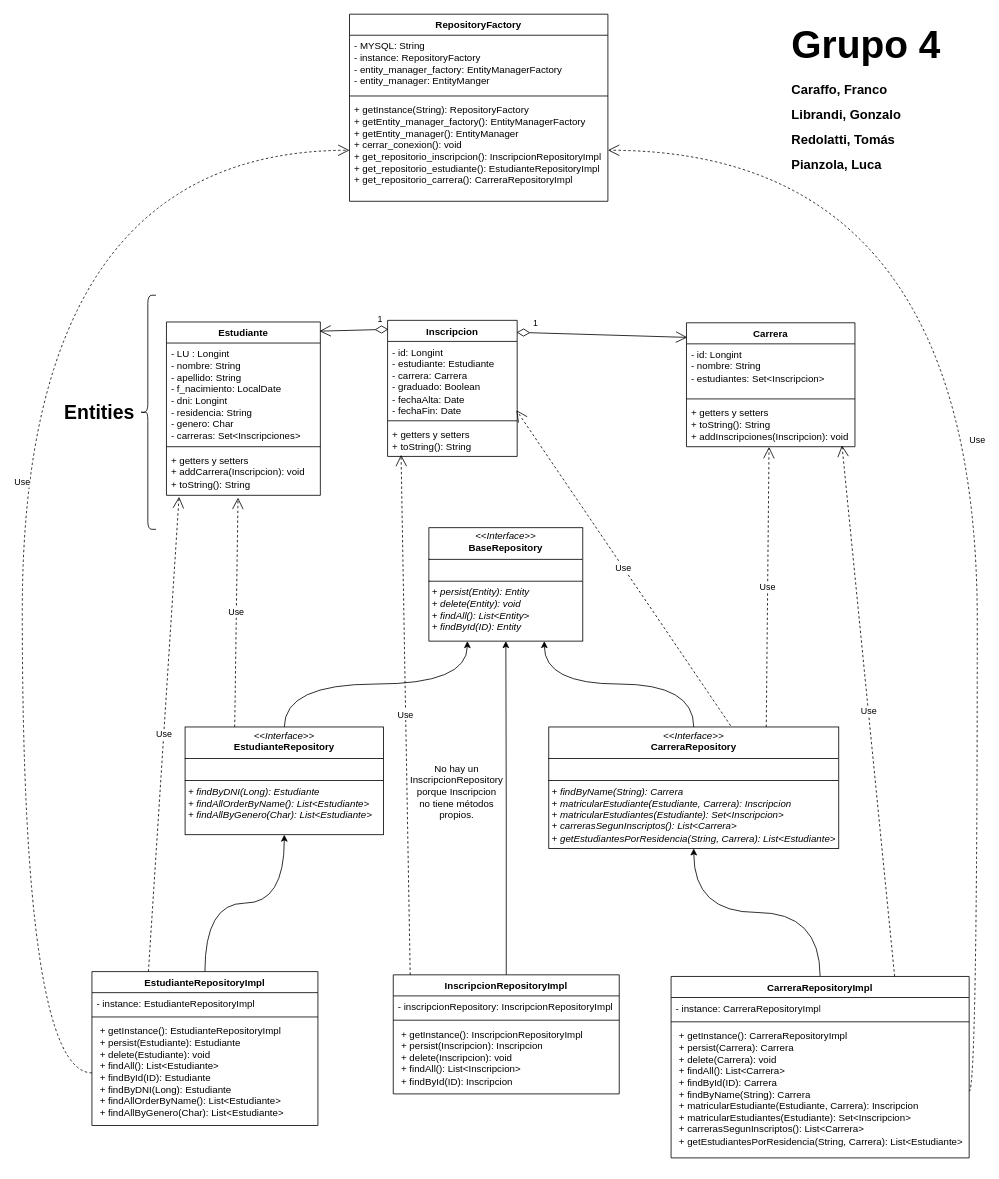
Before: Diagrama-de-Clases.drawio in TomasRedolatti/disenio-de-software, a draw.io diagram. Source tidied: cells renumbered, new cells numbered last; positions are measured from the earlier drawing's top-left corner, leaving out a move shared by most shapes. Both pictures are drawn from the tidied source at 81%, with x=0, y=0 at pixel (22, 14).
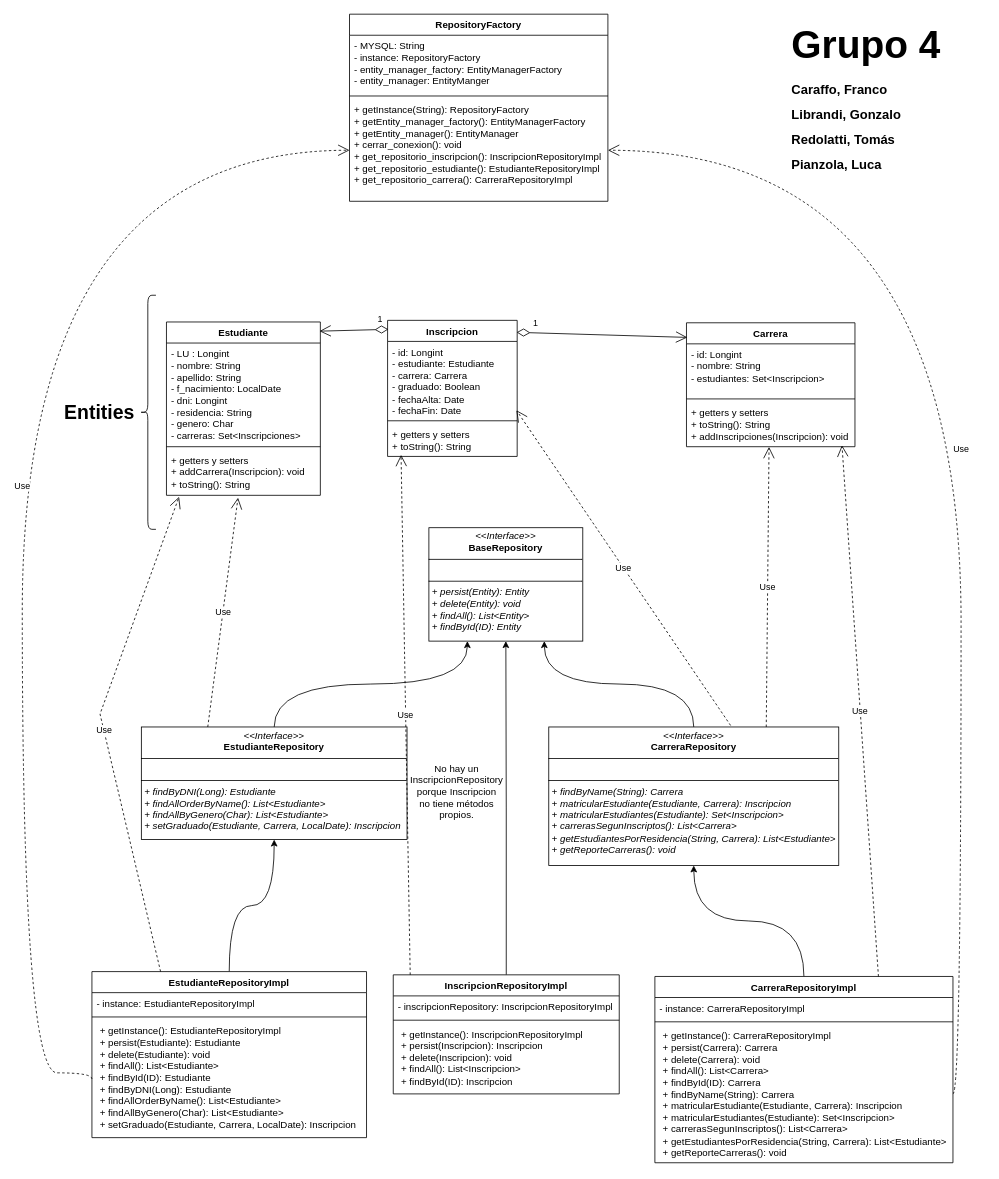
Above is the later version.

The change refers to these unchanged cells:
```xml
<mxCell id="5" value="+ getters y setters&lt;div&gt;+ addCarrera(Inscripcion): void&lt;/div&gt;&lt;div&gt;+ toString(): String&lt;br&gt;&lt;/div&gt;" style="text;strokeColor=none;fillColor=none;align=left;verticalAlign=top;spacingLeft=4;spacingRight=4;overflow=hidden;points=[[0,0.5],[1,0.5]];portConstraint=eastwest;whiteSpace=wrap;html=1;" parent="2" vertex="1">
  <mxGeometry y="158" width="190" height="56" as="geometry" />
</mxCell>
```

Change to the diagram source:
```diff
@@
-    <mxCell id="22" value="&lt;p style=&quot;margin:0px;margin-top:4px;text-align:center;&quot;&gt;&lt;i&gt;&amp;lt;&amp;lt;Interface&amp;gt;&amp;gt;&lt;/i&gt;&lt;br&gt;&lt;b&gt;CarreraRepository&lt;/b&gt;&lt;/p&gt;&lt;hr size=&quot;1&quot; style=&quot;border-style:solid;&quot;&gt;&lt;p style=&quot;margin:0px;margin-left:4px;&quot;&gt;&lt;br&gt;&lt;/p&gt;&lt;hr size=&quot;1&quot; style=&quot;border-style:solid;&quot;&gt;&lt;p style=&quot;margin:0px;margin-left:4px;&quot;&gt;&lt;i&gt;+ findByName(String): Carrera&lt;/i&gt;&lt;/p&gt;&lt;p style=&quot;margin: 0px 0px 0px 4px;&quot;&gt;&lt;i&gt;+ matricularEstudiante(Estudiante, Carrera): Inscripcion&lt;br&gt;&lt;/i&gt;&lt;/p&gt;&lt;p style=&quot;margin:0px;margin-left:4px;&quot;&gt;&lt;i&gt;+ matricularEstudiantes(Estudiante): Set&amp;lt;Inscripcion&amp;gt;&lt;br&gt;&lt;/i&gt;&lt;/p&gt;&lt;p style=&quot;margin:0px;margin-left:4px;&quot;&gt;&lt;i&gt;+ carrerasSegunInscriptos(): List&amp;lt;Carrera&amp;gt;&lt;/i&gt;&lt;/p&gt;&lt;p style=&quot;margin:0px;margin-left:4px;&quot;&gt;&lt;i&gt;+ getEstudiantesPorResidencia(String, Carrera): List&amp;lt;Estudiante&amp;gt;&lt;/i&gt;&lt;/p&gt;" style="verticalAlign=top;align=left;overflow=fill;html=1;whiteSpace=wrap;" parent="1" vertex="1">
-      <mxGeometry x="650" y="880" width="358" height="150" as="geometry" />
+    <mxCell id="22" value="&lt;p style=&quot;margin:0px;margin-top:4px;text-align:center;&quot;&gt;&lt;i&gt;&amp;lt;&amp;lt;Interface&amp;gt;&amp;gt;&lt;/i&gt;&lt;br&gt;&lt;b&gt;CarreraRepository&lt;/b&gt;&lt;/p&gt;&lt;hr size=&quot;1&quot; style=&quot;border-style:solid;&quot;&gt;&lt;p style=&quot;margin:0px;margin-left:4px;&quot;&gt;&lt;br&gt;&lt;/p&gt;&lt;hr size=&quot;1&quot; style=&quot;border-style:solid;&quot;&gt;&lt;p style=&quot;margin:0px;margin-left:4px;&quot;&gt;&lt;i&gt;+ findByName(String): Carrera&lt;/i&gt;&lt;/p&gt;&lt;p style=&quot;margin: 0px 0px 0px 4px;&quot;&gt;&lt;i&gt;+ matricularEstudiante(Estudiante, Carrera): Inscripcion&lt;br&gt;&lt;/i&gt;&lt;/p&gt;&lt;p style=&quot;margin:0px;margin-left:4px;&quot;&gt;&lt;i&gt;+ matricularEstudiantes(Estudiante): Set&amp;lt;Inscripcion&amp;gt;&lt;br&gt;&lt;/i&gt;&lt;/p&gt;&lt;p style=&quot;margin:0px;margin-left:4px;&quot;&gt;&lt;i&gt;+ carrerasSegunInscriptos(): List&amp;lt;Carrera&amp;gt;&lt;/i&gt;&lt;/p&gt;&lt;p style=&quot;margin:0px;margin-left:4px;&quot;&gt;&lt;i&gt;+ getEstudiantesPorResidencia(String, Carrera): List&amp;lt;Estudiante&amp;gt;&lt;br&gt;+ getReporteCarreras(): void&lt;br&gt;&lt;/i&gt;&lt;/p&gt;" style="verticalAlign=top;align=left;overflow=fill;html=1;whiteSpace=wrap;" parent="1" vertex="1">
+      <mxGeometry x="650" y="880" width="358" height="171" as="geometry" />
     </mxCell>
@@
-    <mxCell id="24" value="&lt;p style=&quot;margin:0px;margin-top:4px;text-align:center;&quot;&gt;&lt;i&gt;&amp;lt;&amp;lt;Interface&amp;gt;&amp;gt;&lt;/i&gt;&lt;br&gt;&lt;b&gt;EstudianteRepository&lt;/b&gt;&lt;/p&gt;&lt;hr size=&quot;1&quot; style=&quot;border-style:solid;&quot;&gt;&lt;p style=&quot;margin:0px;margin-left:4px;&quot;&gt;&lt;br&gt;&lt;/p&gt;&lt;hr size=&quot;1&quot; style=&quot;border-style:solid;&quot;&gt;&lt;p style=&quot;margin:0px;margin-left:4px;&quot;&gt;&lt;i&gt;+ findByDNI(Long): Estudiante&lt;br&gt;+ findAllOrderByName(): List&amp;lt;Estudiante&amp;gt;&amp;nbsp;&lt;/i&gt;&lt;/p&gt;&lt;p style=&quot;margin:0px;margin-left:4px;&quot;&gt;&lt;i&gt;+ findAllByGenero(Char):&amp;nbsp;&lt;span style=&quot;background-color: initial;&quot;&gt;List&amp;lt;Estudiante&amp;gt;&lt;/span&gt;&lt;/i&gt;&lt;/p&gt;" style="verticalAlign=top;align=left;overflow=fill;html=1;whiteSpace=wrap;" parent="1" vertex="1">
-      <mxGeometry x="201" y="880" width="245" height="133" as="geometry" />
+    <mxCell id="24" value="&lt;p style=&quot;margin:0px;margin-top:4px;text-align:center;&quot;&gt;&lt;i&gt;&amp;lt;&amp;lt;Interface&amp;gt;&amp;gt;&lt;/i&gt;&lt;br&gt;&lt;b&gt;EstudianteRepository&lt;/b&gt;&lt;/p&gt;&lt;hr size=&quot;1&quot; style=&quot;border-style:solid;&quot;&gt;&lt;p style=&quot;margin:0px;margin-left:4px;&quot;&gt;&lt;br&gt;&lt;/p&gt;&lt;hr size=&quot;1&quot; style=&quot;border-style:solid;&quot;&gt;&lt;p style=&quot;margin:0px;margin-left:4px;&quot;&gt;&lt;i&gt;+ findByDNI(Long): Estudiante&lt;br&gt;+ findAllOrderByName(): List&amp;lt;Estudiante&amp;gt;&amp;nbsp;&lt;/i&gt;&lt;/p&gt;&lt;p style=&quot;margin:0px;margin-left:4px;&quot;&gt;&lt;i&gt;+ findAllByGenero(Char):&amp;nbsp;&lt;span style=&quot;background-color: initial;&quot;&gt;List&amp;lt;Estudiante&amp;gt;&lt;/span&gt;&lt;/i&gt;&lt;/p&gt;&lt;p style=&quot;margin:0px;margin-left:4px;&quot;&gt;&lt;i&gt;&lt;span style=&quot;background-color: initial;&quot;&gt;+ setGraduado(Estudiante, Carrera, LocalDate): Inscripcion&lt;/span&gt;&lt;/i&gt;&lt;/p&gt;" style="verticalAlign=top;align=left;overflow=fill;html=1;whiteSpace=wrap;" parent="1" vertex="1">
+      <mxGeometry x="147" y="880" width="328" height="139" as="geometry" />
     </mxCell>
@@
     <mxCell id="34" value="CarreraRepositoryImpl&lt;div&gt;&lt;br&gt;&lt;/div&gt;" style="swimlane;fontStyle=1;align=center;verticalAlign=top;horizontal=1;startSize=26;whiteSpace=wrap;html=1;" parent="1" vertex="1">
-      <mxGeometry x="801" y="1188" width="368" height="224" as="geometry" />
+      <mxGeometry x="781" y="1188" width="368" height="230" as="geometry" />
     </mxCell>
@@
-    <mxCell id="37" value="&lt;p style=&quot;margin: 0px 0px 0px 4px;&quot;&gt;+ getInstance(): CarreraRepositoryImpl&lt;/p&gt;&lt;p style=&quot;margin: 0px 0px 0px 4px;&quot;&gt;+ persist(Carrera):&amp;nbsp;&lt;span style=&quot;background-color: initial;&quot;&gt;Carrera&lt;/span&gt;&lt;/p&gt;&lt;p style=&quot;margin: 0px 0px 0px 4px;&quot;&gt;+ delete(Carrera): void&lt;/p&gt;&lt;p style=&quot;margin: 0px 0px 0px 4px;&quot;&gt;+ findAll(): List&amp;lt;Carrera&amp;gt;&lt;br&gt;+ findById(ID):&amp;nbsp;&lt;span style=&quot;background-color: initial;&quot;&gt;Carrera&lt;/span&gt;&lt;/p&gt;&lt;p style=&quot;margin: 0px 0px 0px 4px;&quot;&gt;&lt;span style=&quot;background-color: initial;&quot;&gt;+ findByName(String): Carrera&lt;/span&gt;&lt;/p&gt;&lt;p style=&quot;margin: 0px 0px 0px 4px;&quot;&gt;+ matricularEstudiante(Estudiante, Carrera): Inscripcion&lt;br&gt;&lt;/p&gt;&lt;p style=&quot;margin: 0px 0px 0px 4px;&quot;&gt;+ matricularEstudiantes(Estudiante): Set&amp;lt;Inscripcion&amp;gt;&lt;br&gt;&lt;/p&gt;&lt;p style=&quot;margin: 0px 0px 0px 4px;&quot;&gt;+ carrerasSegunInscriptos(): List&amp;lt;Carrera&amp;gt;&lt;/p&gt;&lt;p style=&quot;margin: 0px 0px 0px 4px;&quot;&gt;+ getEstudiantesPorResidencia(String, Carrera): List&amp;lt;Estudiante&amp;gt;&lt;/p&gt;" style="text;strokeColor=none;fillColor=none;align=left;verticalAlign=top;spacingLeft=4;spacingRight=4;overflow=hidden;points=[[0,0.5],[1,0.5]];portConstraint=eastwest;whiteSpace=wrap;html=1;" parent="34" vertex="1">
-      <mxGeometry y="60" width="368" height="164" as="geometry" />
+    <mxCell id="37" value="&lt;p style=&quot;margin: 0px 0px 0px 4px;&quot;&gt;+ getInstance(): CarreraRepositoryImpl&lt;/p&gt;&lt;p style=&quot;margin: 0px 0px 0px 4px;&quot;&gt;+ persist(Carrera):&amp;nbsp;&lt;span style=&quot;background-color: initial;&quot;&gt;Carrera&lt;/span&gt;&lt;/p&gt;&lt;p style=&quot;margin: 0px 0px 0px 4px;&quot;&gt;+ delete(Carrera): void&lt;/p&gt;&lt;p style=&quot;margin: 0px 0px 0px 4px;&quot;&gt;+ findAll(): List&amp;lt;Carrera&amp;gt;&lt;br&gt;+ findById(ID):&amp;nbsp;&lt;span style=&quot;background-color: initial;&quot;&gt;Carrera&lt;/span&gt;&lt;/p&gt;&lt;p style=&quot;margin: 0px 0px 0px 4px;&quot;&gt;&lt;span style=&quot;background-color: initial;&quot;&gt;+ findByName(String): Carrera&lt;/span&gt;&lt;/p&gt;&lt;p style=&quot;margin: 0px 0px 0px 4px;&quot;&gt;+ matricularEstudiante(Estudiante, Carrera): Inscripcion&lt;br&gt;&lt;/p&gt;&lt;p style=&quot;margin: 0px 0px 0px 4px;&quot;&gt;+ matricularEstudiantes(Estudiante): Set&amp;lt;Inscripcion&amp;gt;&lt;br&gt;&lt;/p&gt;&lt;p style=&quot;margin: 0px 0px 0px 4px;&quot;&gt;+ carrerasSegunInscriptos(): List&amp;lt;Carrera&amp;gt;&lt;/p&gt;&lt;p style=&quot;margin: 0px 0px 0px 4px;&quot;&gt;+ getEstudiantesPorResidencia(String, Carrera): List&amp;lt;Estudiante&amp;gt;&lt;/p&gt;&lt;p style=&quot;margin: 0px 0px 0px 4px;&quot;&gt;+ getReporteCarreras(): void&lt;/p&gt;" style="text;strokeColor=none;fillColor=none;align=left;verticalAlign=top;spacingLeft=4;spacingRight=4;overflow=hidden;points=[[0,0.5],[1,0.5]];portConstraint=eastwest;whiteSpace=wrap;html=1;" parent="34" vertex="1">
+      <mxGeometry y="60" width="368" height="170" as="geometry" />
     </mxCell>
@@
     <mxCell id="40" value="EstudianteRepositoryImpl&lt;div&gt;&lt;br&gt;&lt;/div&gt;" style="swimlane;fontStyle=1;align=center;verticalAlign=top;horizontal=1;startSize=26;whiteSpace=wrap;html=1;" parent="1" vertex="1">
-      <mxGeometry x="86" y="1182" width="279" height="190" as="geometry" />
+      <mxGeometry x="86" y="1182" width="339" height="205" as="geometry" />
     </mxCell>
     <mxCell id="41" value="- instance: EstudianteRepositoryImpl" style="text;strokeColor=none;fillColor=none;align=left;verticalAlign=top;spacingLeft=4;spacingRight=4;overflow=hidden;whiteSpace=wrap;html=1;" parent="40" vertex="1">
-      <mxGeometry y="26" width="279" height="26" as="geometry" />
+      <mxGeometry y="26" width="339" height="26" as="geometry" />
     </mxCell>
     <mxCell id="42" style="line;strokeWidth=1;fillColor=none;align=left;verticalAlign=middle;spacingTop=-1;spacingLeft=3;spacingRight=3;labelPosition=right;strokeColor=inherit;" parent="40" vertex="1">
-      <mxGeometry y="52" width="279" height="8" as="geometry" />
+      <mxGeometry y="52" width="339" height="8" as="geometry" />
     </mxCell>
-    <mxCell id="43" value="&lt;p style=&quot;margin: 0px 0px 0px 4px;&quot;&gt;+ getInstance(): EstudianteRepositoryImpl&lt;/p&gt;&lt;p style=&quot;margin: 0px 0px 0px 4px;&quot;&gt;+ persist(Estudiante):&amp;nbsp;&lt;span style=&quot;background-color: initial;&quot;&gt;Estudiante&lt;/span&gt;&lt;/p&gt;&lt;p style=&quot;margin: 0px 0px 0px 4px;&quot;&gt;+ delete(Estudiante): void&lt;/p&gt;&lt;p style=&quot;margin: 0px 0px 0px 4px;&quot;&gt;+ findAll(): List&amp;lt;Estudiante&amp;gt;&lt;br&gt;+ findById(ID):&amp;nbsp;&lt;span style=&quot;background-color: initial;&quot;&gt;Estudiante&lt;/span&gt;&lt;/p&gt;&lt;p style=&quot;margin: 0px 0px 0px 4px;&quot;&gt;&lt;span style=&quot;background-color: initial;&quot;&gt;+ findByDNI(Long):&amp;nbsp;&lt;/span&gt;&lt;span style=&quot;background-color: initial;&quot;&gt;Estudiante&lt;/span&gt;&lt;/p&gt;&lt;p style=&quot;margin: 0px 0px 0px 4px;&quot;&gt;+ findAllOrderByName(): List&amp;lt;Estudiante&amp;gt;&amp;nbsp;&lt;/p&gt;&lt;p style=&quot;margin: 0px 0px 0px 4px;&quot;&gt;+ findAllByGenero(Char):&amp;nbsp;&lt;span style=&quot;background-color: initial;&quot;&gt;List&amp;lt;Estudiante&amp;gt;&lt;/span&gt;&lt;/p&gt;" style="text;strokeColor=none;fillColor=none;align=left;verticalAlign=top;spacingLeft=4;spacingRight=4;overflow=hidden;points=[[0,0.5],[1,0.5]];portConstraint=eastwest;whiteSpace=wrap;html=1;" parent="40" vertex="1">
-      <mxGeometry y="60" width="279" height="130" as="geometry" />
+    <mxCell id="43" value="&lt;p style=&quot;margin: 0px 0px 0px 4px;&quot;&gt;+ getInstance(): EstudianteRepositoryImpl&lt;/p&gt;&lt;p style=&quot;margin: 0px 0px 0px 4px;&quot;&gt;+ persist(Estudiante):&amp;nbsp;&lt;span style=&quot;background-color: initial;&quot;&gt;Estudiante&lt;/span&gt;&lt;/p&gt;&lt;p style=&quot;margin: 0px 0px 0px 4px;&quot;&gt;+ delete(Estudiante): void&lt;/p&gt;&lt;p style=&quot;margin: 0px 0px 0px 4px;&quot;&gt;+ findAll(): List&amp;lt;Estudiante&amp;gt;&lt;br&gt;+ findById(ID):&amp;nbsp;&lt;span style=&quot;background-color: initial;&quot;&gt;Estudiante&lt;/span&gt;&lt;/p&gt;&lt;p style=&quot;margin: 0px 0px 0px 4px;&quot;&gt;&lt;span style=&quot;background-color: initial;&quot;&gt;+ findByDNI(Long):&amp;nbsp;&lt;/span&gt;&lt;span style=&quot;background-color: initial;&quot;&gt;Estudiante&lt;/span&gt;&lt;/p&gt;&lt;p style=&quot;margin: 0px 0px 0px 4px;&quot;&gt;+ findAllOrderByName(): List&amp;lt;Estudiante&amp;gt;&amp;nbsp;&lt;/p&gt;&lt;p style=&quot;margin: 0px 0px 0px 4px;&quot;&gt;+ findAllByGenero(Char):&amp;nbsp;&lt;span style=&quot;background-color: initial;&quot;&gt;List&amp;lt;Estudiante&amp;gt;&lt;/span&gt;&lt;/p&gt;&lt;p style=&quot;margin: 0px 0px 0px 4px;&quot;&gt;+ setGraduado(Estudiante, Carrera, LocalDate): Inscripcion&lt;span style=&quot;background-color: initial;&quot;&gt;&lt;br&gt;&lt;/span&gt;&lt;/p&gt;" style="text;strokeColor=none;fillColor=none;align=left;verticalAlign=top;spacingLeft=4;spacingRight=4;overflow=hidden;points=[[0,0.5],[1,0.5]];portConstraint=eastwest;whiteSpace=wrap;html=1;" parent="40" vertex="1">
+      <mxGeometry y="60" width="339" height="145" as="geometry" />
     </mxCell>
@@
     <mxCell id="46" value="Use" style="endArrow=open;endSize=12;dashed=1;html=1;rounded=0;exitX=0.25;exitY=0;exitDx=0;exitDy=0;entryX=0.082;entryY=1.032;entryDx=0;entryDy=0;entryPerimeter=0;" parent="1" edge="1" source="40" target="5">
-      <mxGeometry relative="1" as="geometry" />
+      <mxGeometry relative="1" as="geometry">
+        <Array as="points">
+          <mxPoint x="96" y="864" />
+        </Array>
+      </mxGeometry>
     </mxCell>
```
